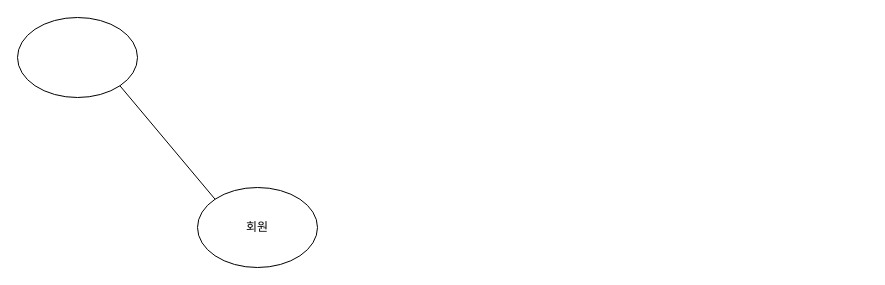
Earlier version of the draw.io diagram Untitled Diagram.drawio (rosa2070/serverSystemteamproject). Source tidied: cells renumbered, new cells numbered last; positions are measured from the earlier drawing's top-left corner, leaving out a move shared by most shapes. Both pictures are drawn from the tidied source at 100%, with x=0, y=0 at pixel (17, 17).
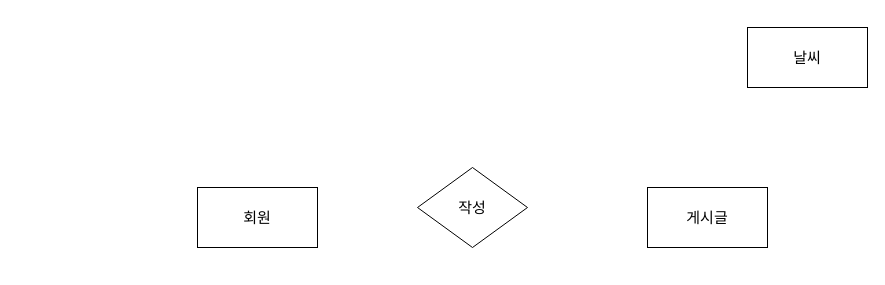
After the change.

Change to the diagram source:
```diff
@@
 <mxGraphModel>
   <root>
     <mxCell id="0" />
     <mxCell id="1" parent="0" />
-    <mxCell id="2" value="회원" style="ellipse;whiteSpace=wrap;html=1;" parent="1" vertex="1">
-      <mxGeometry x="180" y="170" width="120" height="80" as="geometry" />
+    <mxCell id="2" value="회원" style="rounded=0;whiteSpace=wrap;html=1;fontSize=15;" parent="1" vertex="1">
+      <mxGeometry x="180" y="170" width="120" height="60" as="geometry" />
     </mxCell>
-    <mxCell id="3" style="ellipse;whiteSpace=wrap;html=1;fontSize=15;" parent="1" vertex="1">
-      <mxGeometry width="120" height="80" as="geometry" />
-    </mxCell>
-    <mxCell id="4" style="endArrow=none;html=1;rounded=0;fontSize=15;exitX=1;exitY=1;exitDx=0;exitDy=0;entryX=0;entryY=0;entryDx=0;entryDy=0;" parent="1" edge="1" source="3" target="2">
-      <mxGeometry relative="1" as="geometry" />
-    </mxCell>
+    <mxCell id="5" value="게시글" style="rounded=0;whiteSpace=wrap;html=1;fontSize=15;" parent="1" vertex="1">
+      <mxGeometry x="630" y="170" width="120" height="60" as="geometry" />
+    </mxCell>
+    <mxCell id="6" value="작성" style="rhombus;whiteSpace=wrap;html=1;fontSize=15;" parent="1" vertex="1">
+      <mxGeometry x="400" y="150" width="110" height="80" as="geometry" />
+    </mxCell>
+    <mxCell id="7" value="날씨" style="rounded=0;whiteSpace=wrap;html=1;fontSize=15;" parent="1" vertex="1">
+      <mxGeometry x="730" y="10" width="120" height="60" as="geometry" />
+    </mxCell>
   </root>
 </mxGraphModel>
```
